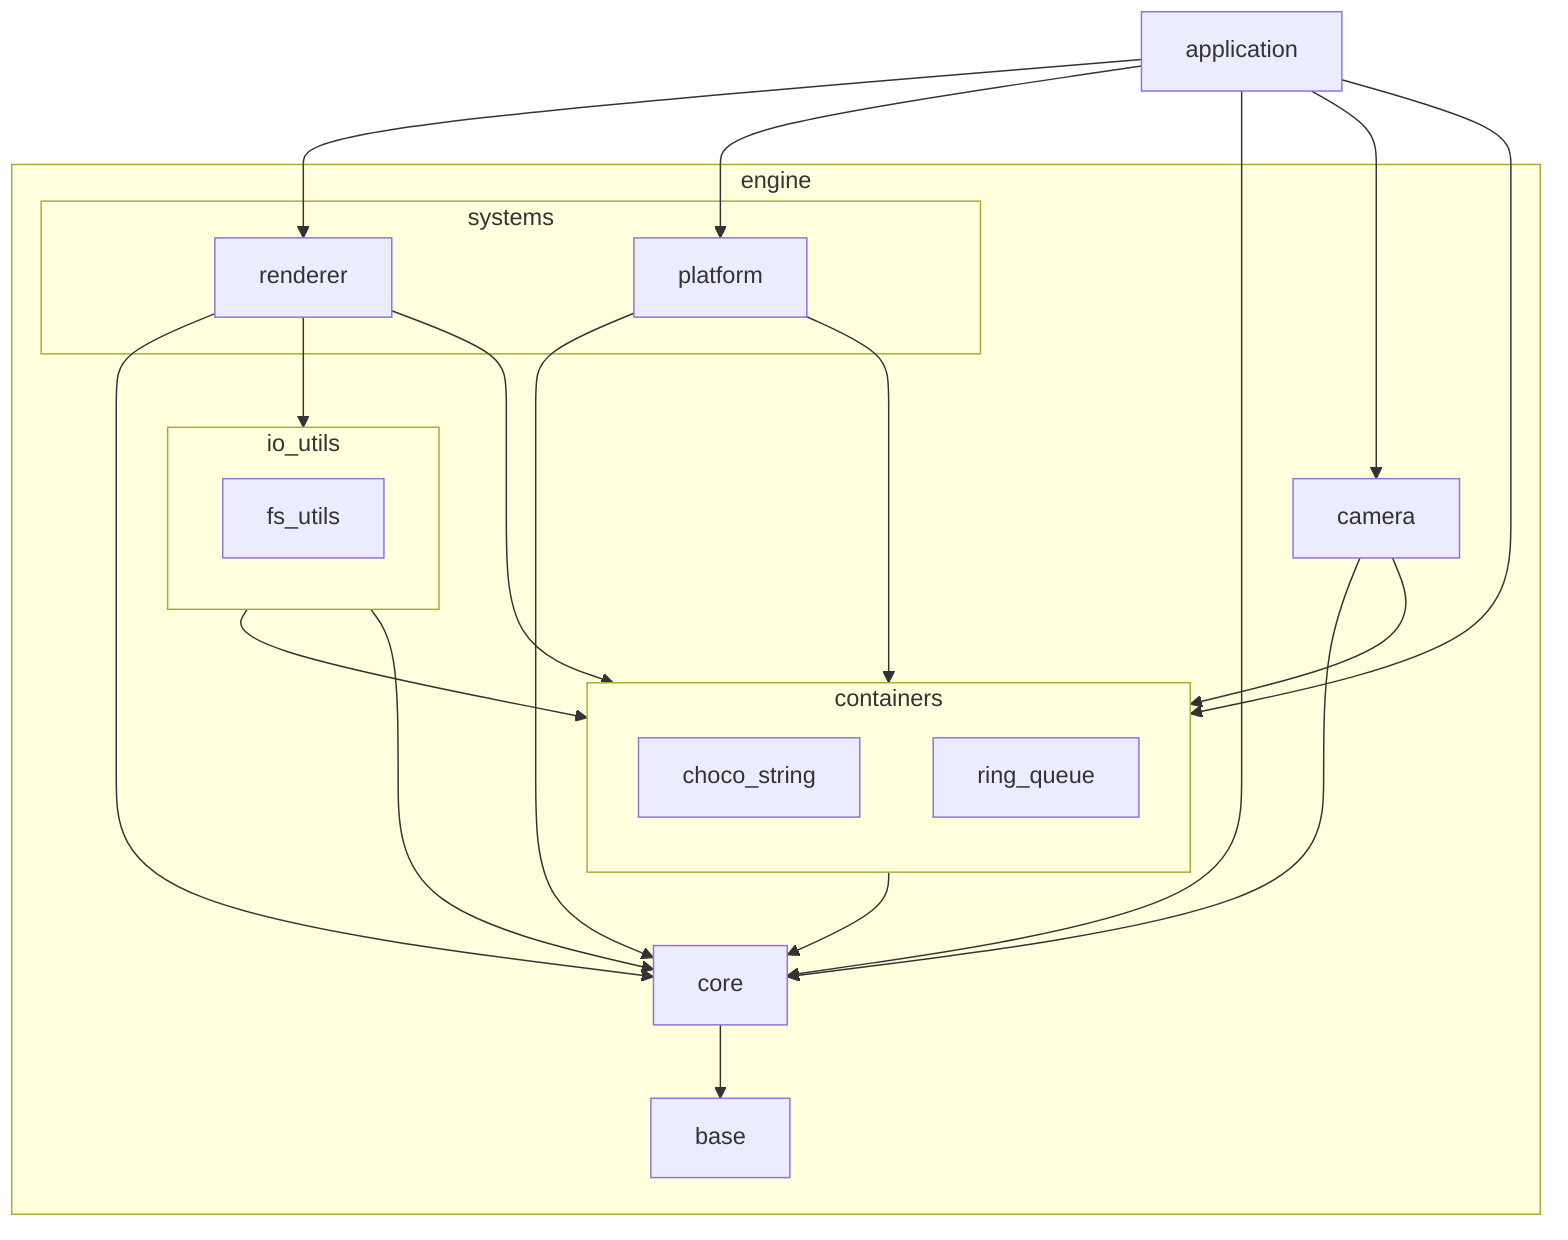
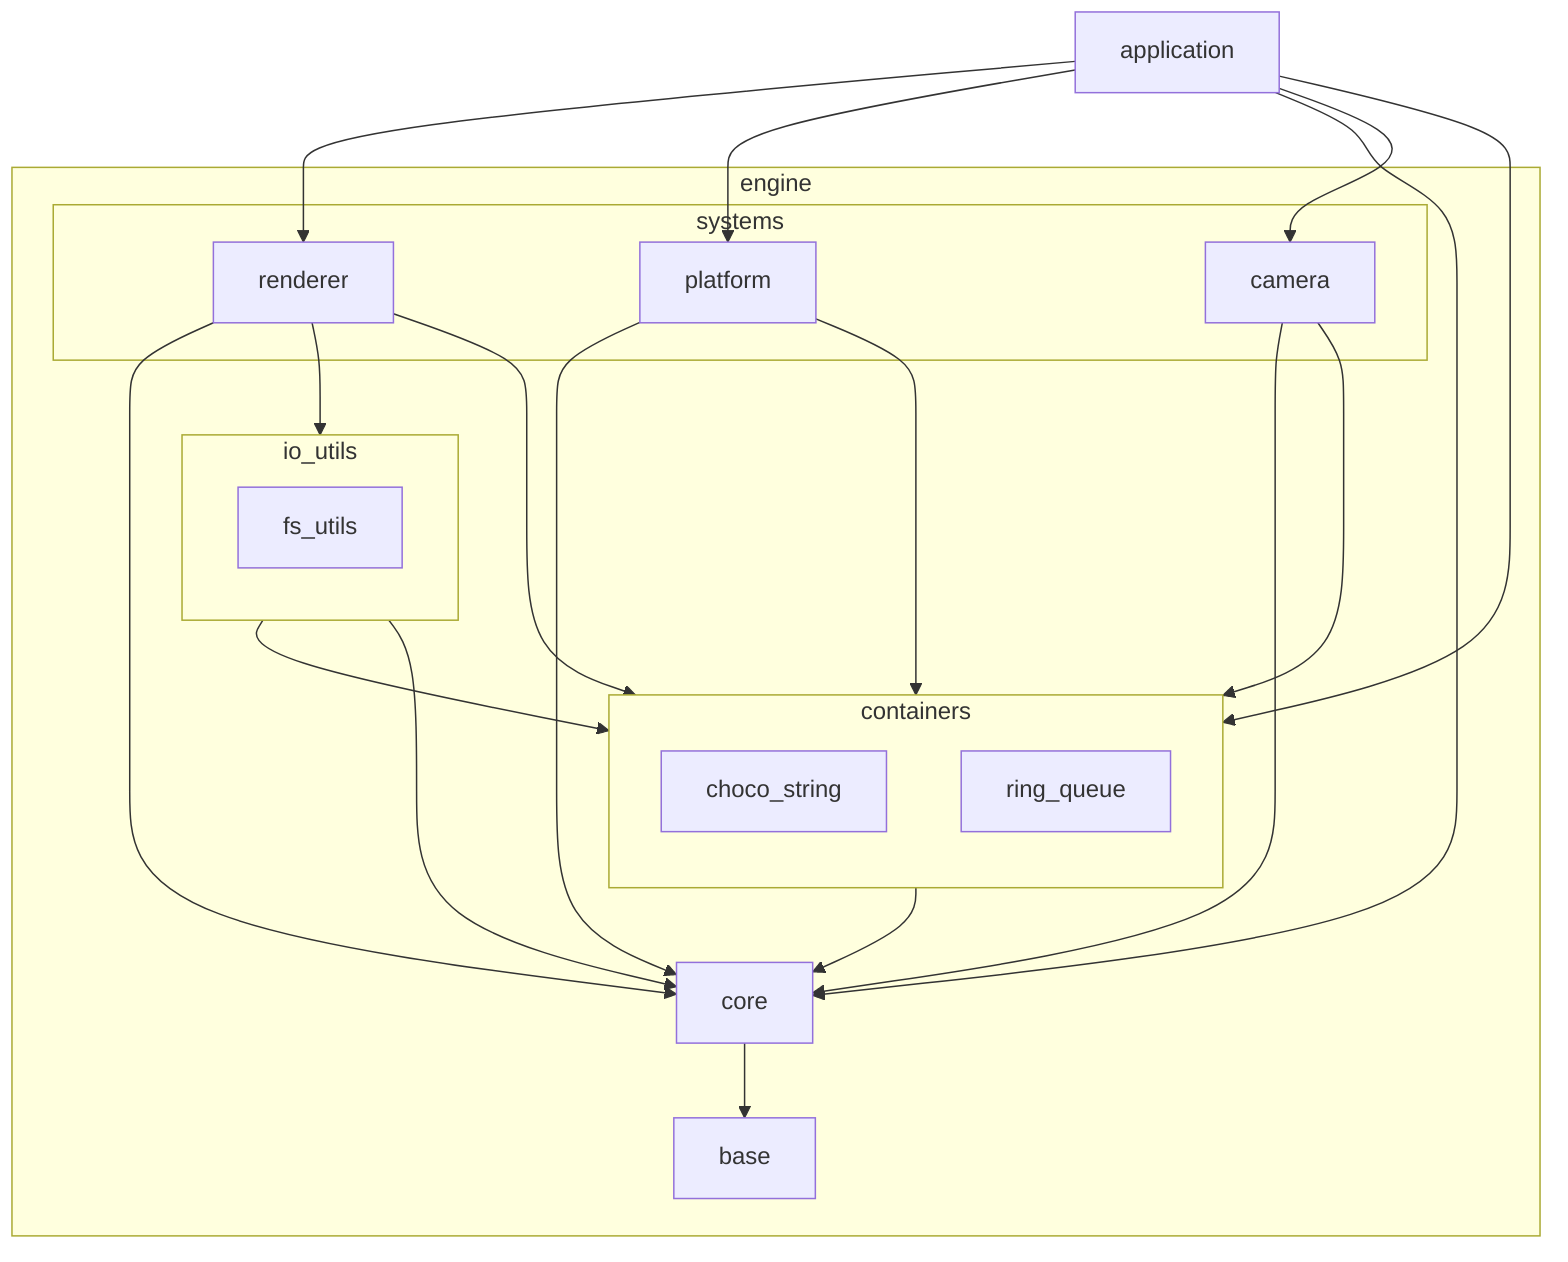
graph TD
  APPLICATION[application]

  subgraph ENGINE[engine]
    subgraph SYSTEMS[systems]
      PLATFORM[platform]
      RENDERER[renderer]
+       CAMERA[camera]
    end
- 
-     CAMERA[camera]

    subgraph IO_UTILS[io_utils]
      FS_UTILS[fs_utils]
    end

    subgraph CONTAINERS[containers]
      direction TB
      CHOCO_STRING[choco_string]
      RING_QUEUE[ring_queue]
    end

    CORE[core]
    BASE[base]
  end

  APPLICATION --> RENDERER
  APPLICATION --> PLATFORM
  APPLICATION --> CORE
  APPLICATION --> CONTAINERS
  APPLICATION --> CAMERA

  PLATFORM --> CONTAINERS
  PLATFORM --> CORE
  RENDERER --> CORE
  RENDERER --> IO_UTILS
  RENDERER --> CONTAINERS

  CAMERA --> CORE
  CAMERA --> CONTAINERS

  IO_UTILS --> CONTAINERS
  IO_UTILS --> CORE

  CONTAINERS --> CORE

  CORE --> BASE
